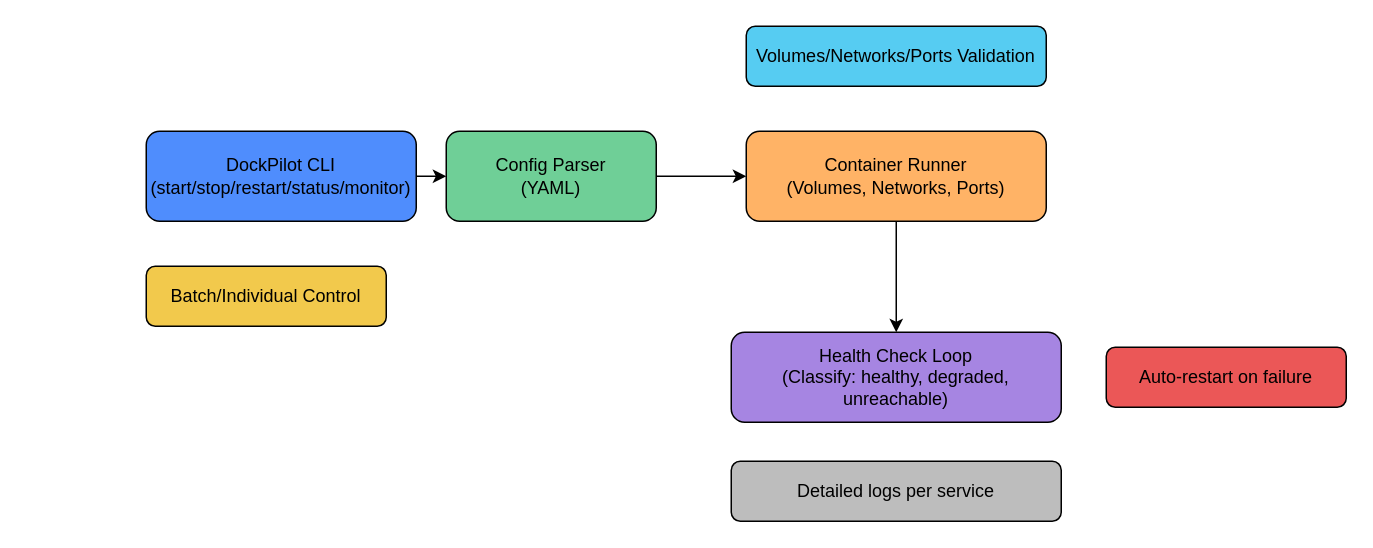
Above: docs/architecture.drawio in lorenaziviani/dock_pilot (draw.io), before the change. Source tidied: cells renumbered, new cells numbered last; positions are measured from the earlier drawing's top-left corner, leaving out a move shared by most shapes. Both pictures are drawn from the tidied source at 150%, with x=0, y=0 at pixel (146, 26).
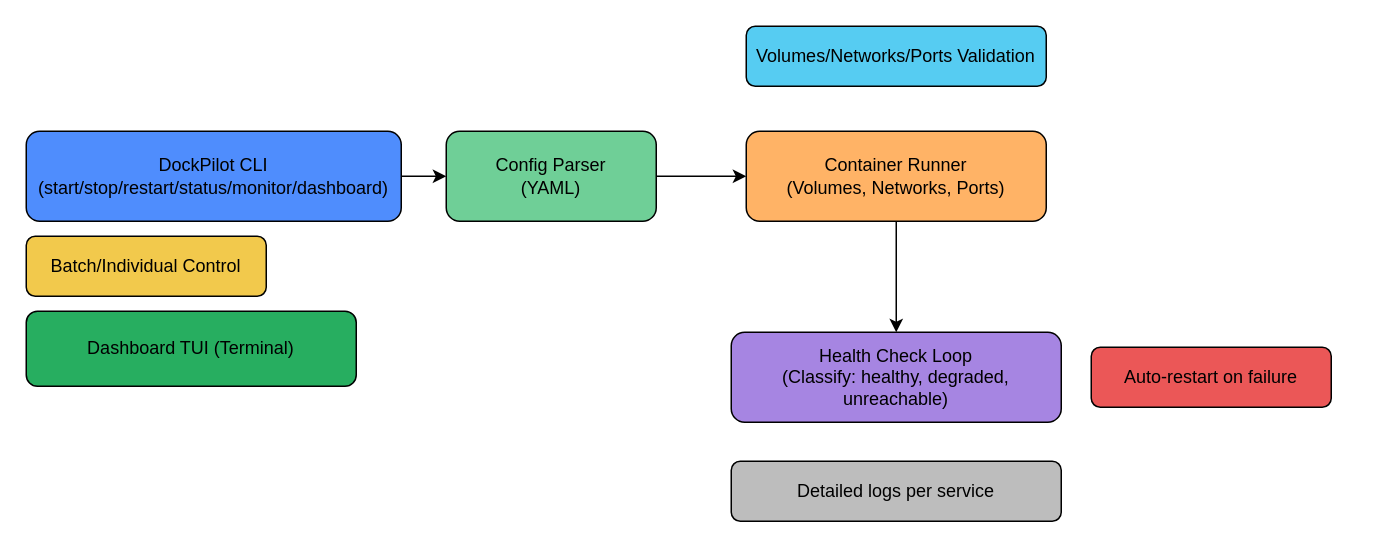
Above is the later version.

Commit message (it also covers changes not shown here):
Add interactive TUI dashboard for local service management

The edit, as a diff of the source:
```diff
@@
 <mxGraphModel>
   <root>
     <mxCell id="0" />
     <mxCell id="1" parent="0" />
     <mxCell id="2" style="edgeStyle=none;html=1;" parent="1" edge="1" source="3" target="5">
       <mxGeometry relative="1" as="geometry" />
     </mxCell>
-    <mxCell id="3" value="DockPilot CLI&lt;div&gt;(start/stop/restart/status/monitor)&lt;/div&gt;" style="rounded=1;whiteSpace=wrap;html=1;fillColor=#4F8DFD;" parent="1" vertex="1">
-      <mxGeometry y="70" width="180" height="60" as="geometry" />
+    <mxCell id="3" value="DockPilot CLI&lt;div&gt;(start/stop/restart/status/monitor/dashboard)&lt;/div&gt;" style="rounded=1;whiteSpace=wrap;html=1;fillColor=#4F8DFD;" parent="1" vertex="1">
+      <mxGeometry x="-80" y="70" width="250" height="60" as="geometry" />
     </mxCell>
     <mxCell id="4" style="edgeStyle=none;html=1;" parent="1" edge="1" source="5" target="7">
       <mxGeometry relative="1" as="geometry" />
     </mxCell>
     <mxCell id="5" value="Config Parser&lt;div&gt;(YAML)&lt;/div&gt;" style="rounded=1;whiteSpace=wrap;html=1;fillColor=#6FCF97;" parent="1" vertex="1">
       <mxGeometry x="200" y="70" width="140" height="60" as="geometry" />
     </mxCell>
     <mxCell id="6" style="edgeStyle=none;html=1;" parent="1" edge="1" source="7" target="8">
       <mxGeometry relative="1" as="geometry" />
     </mxCell>
     <mxCell id="7" value="Container Runner&lt;div&gt;(Volumes, Networks, Ports)&lt;/div&gt;" style="rounded=1;whiteSpace=wrap;html=1;fillColor=#FFB366;" parent="1" vertex="1">
       <mxGeometry x="400" y="70" width="200" height="60" as="geometry" />
     </mxCell>
     <mxCell id="8" value="Health Check Loop&lt;div&gt;(Classify: healthy, degraded, unreachable)&lt;/div&gt;" style="rounded=1;whiteSpace=wrap;html=1;fillColor=#A685E2;" parent="1" vertex="1">
       <mxGeometry x="390" y="204" width="220" height="60" as="geometry" />
     </mxCell>
     <mxCell id="9" value="Batch/Individual Control" style="rounded=1;whiteSpace=wrap;html=1;fillColor=#F2C94C;" parent="1" vertex="1">
-      <mxGeometry y="160" width="160" height="40" as="geometry" />
+      <mxGeometry x="-80" y="140" width="160" height="40" as="geometry" />
     </mxCell>
     <mxCell id="10" value="Volumes/Networks/Ports Validation" style="rounded=1;whiteSpace=wrap;html=1;fillColor=#56CCF2;" parent="1" vertex="1">
       <mxGeometry x="400" width="200" height="40" as="geometry" />
     </mxCell>
     <mxCell id="11" value="Auto-restart on failure" style="rounded=1;whiteSpace=wrap;html=1;fillColor=#EB5757;" parent="1" vertex="1">
-      <mxGeometry x="640" y="214" width="160" height="40" as="geometry" />
+      <mxGeometry x="630" y="214" width="160" height="40" as="geometry" />
     </mxCell>
     <mxCell id="12" value="Detailed logs per service" style="rounded=1;whiteSpace=wrap;html=1;fillColor=#BDBDBD;" parent="1" vertex="1">
       <mxGeometry x="390" y="290" width="220" height="40" as="geometry" />
     </mxCell>
+    <mxCell id="13" value="Dashboard TUI (Terminal)" style="rounded=1;whiteSpace=wrap;html=1;fillColor=#27AE60;" parent="1" vertex="1">
+      <mxGeometry x="-80" y="190" width="220" height="50" as="geometry" />
+    </mxCell>
   </root>
 </mxGraphModel>
```
